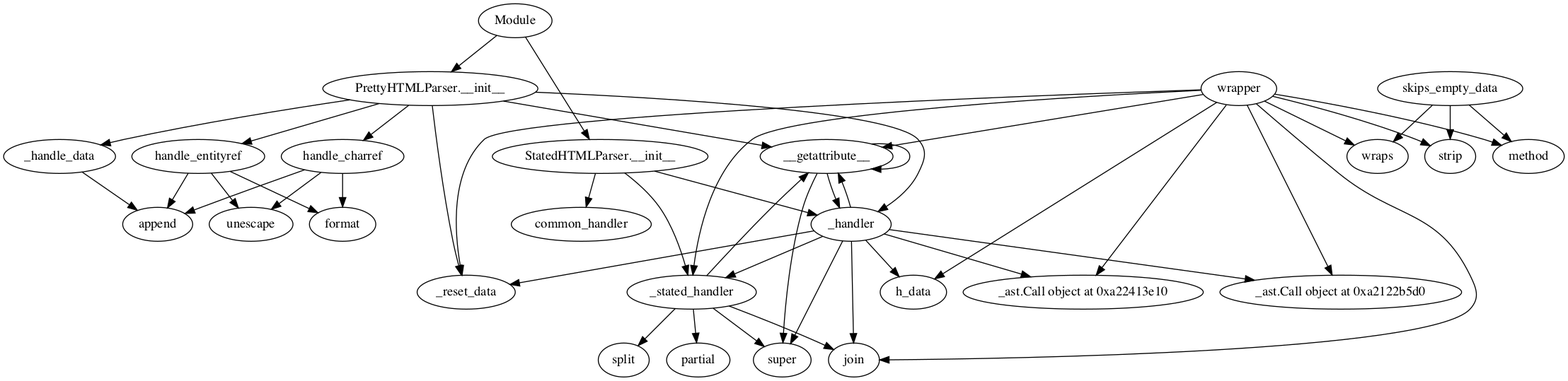
Earlier version of the Graphviz export CallGraph_images/HTML5Parser.png (JordanCoyne97/Final_Year_Project). Its source is kept beside it as CallGraph_dots/HTML5Parser.dot.
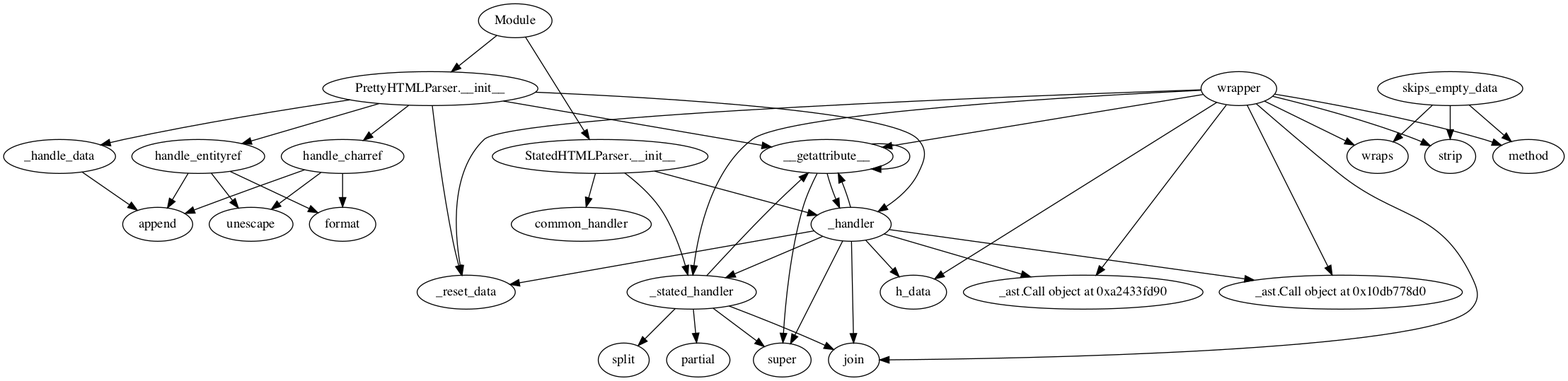
After the commit.

The edit, as a diff of the source:
```diff
@@ -8,7 +8,7 @@
 h_data;
 join;
 _reset_data;
-<_ast.Call object at 0xa22413e10>;
+<_ast.Call object at 0xa2433fd90>;
 handle_charref;
 unescape;
 format;
@@ -17,7 +17,7 @@
 _stated_handler;
 split;
 partial;
-<_ast.Call object at 0xa2122b5d0>;
+<_ast.Call object at 0x10db778d0>;
 strip;
 method;
 wraps;
@@ -33,17 +33,17 @@
 _handler -> h_data;
 _handler -> join;
 _handler -> _reset_data;
-_handler -> <_ast.Call object at 0xa22413e10>;
+_handler -> <_ast.Call object at 0xa2433fd90>;
 _handler -> _stated_handler;
-_handler -> <_ast.Call object at 0xa2122b5d0>;
+_handler -> <_ast.Call object at 0x10db778d0>;
 _handle_data -> append;
 wrapper -> __getattribute__;
 wrapper -> h_data;
 wrapper -> join;
 wrapper -> _reset_data;
-wrapper -> <_ast.Call object at 0xa22413e10>;
+wrapper -> <_ast.Call object at 0xa2433fd90>;
 wrapper -> _stated_handler;
-wrapper -> <_ast.Call object at 0xa2122b5d0>;
+wrapper -> <_ast.Call object at 0x10db778d0>;
 wrapper -> strip;
 wrapper -> method;
 wrapper -> wraps;
```
